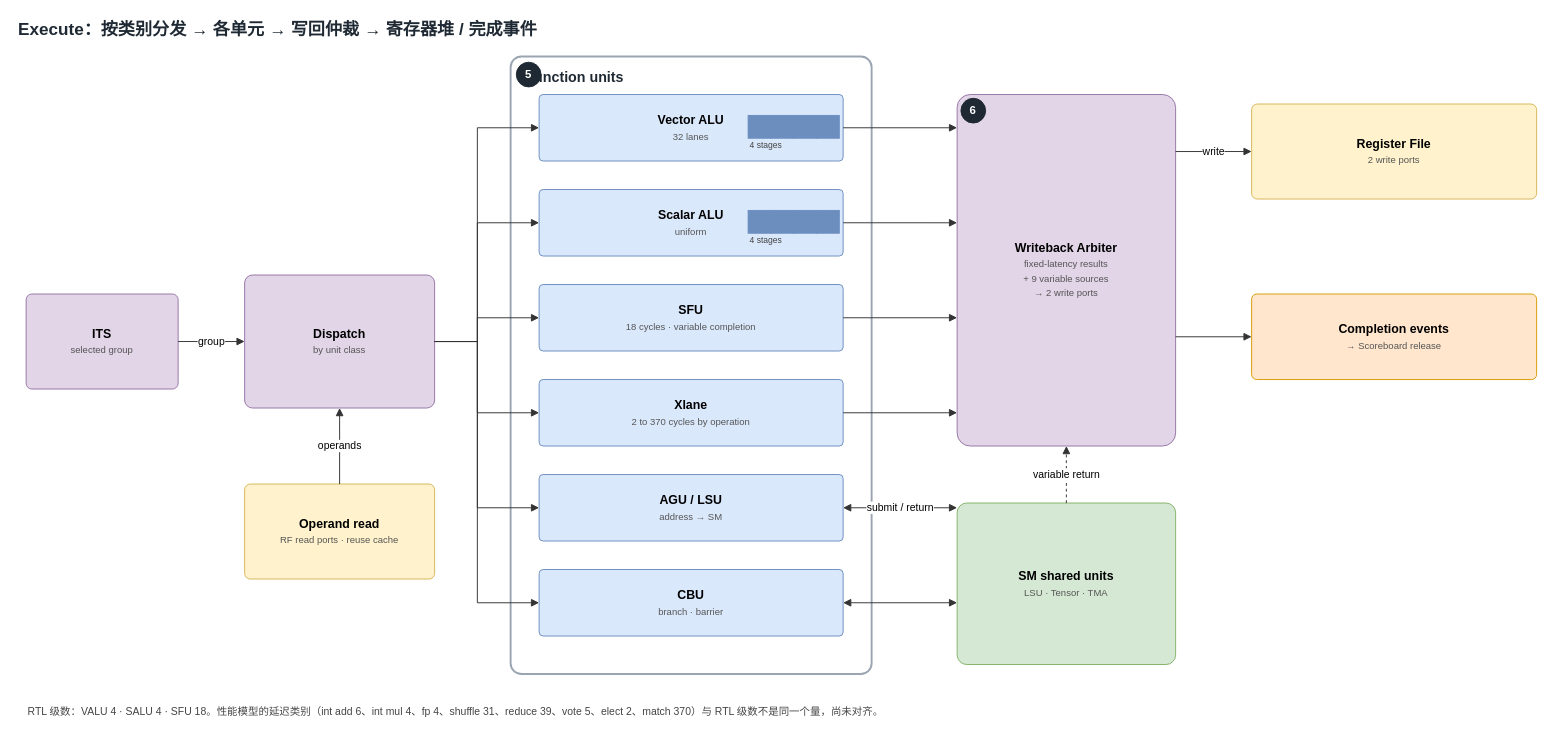
The draw.io diagram projects/currygpu_subcore_ppt169_20261004/sources/04-execute.drawio in WHUDYF/PPT-generate, before the edit. Source tidied: cells renumbered, new cells numbered last; positions are measured from the earlier drawing's top-left corner, leaving out a move shared by most shapes. Both pictures are drawn from the tidied source at 95%, with x=0, y=0 at pixel (16, 16).
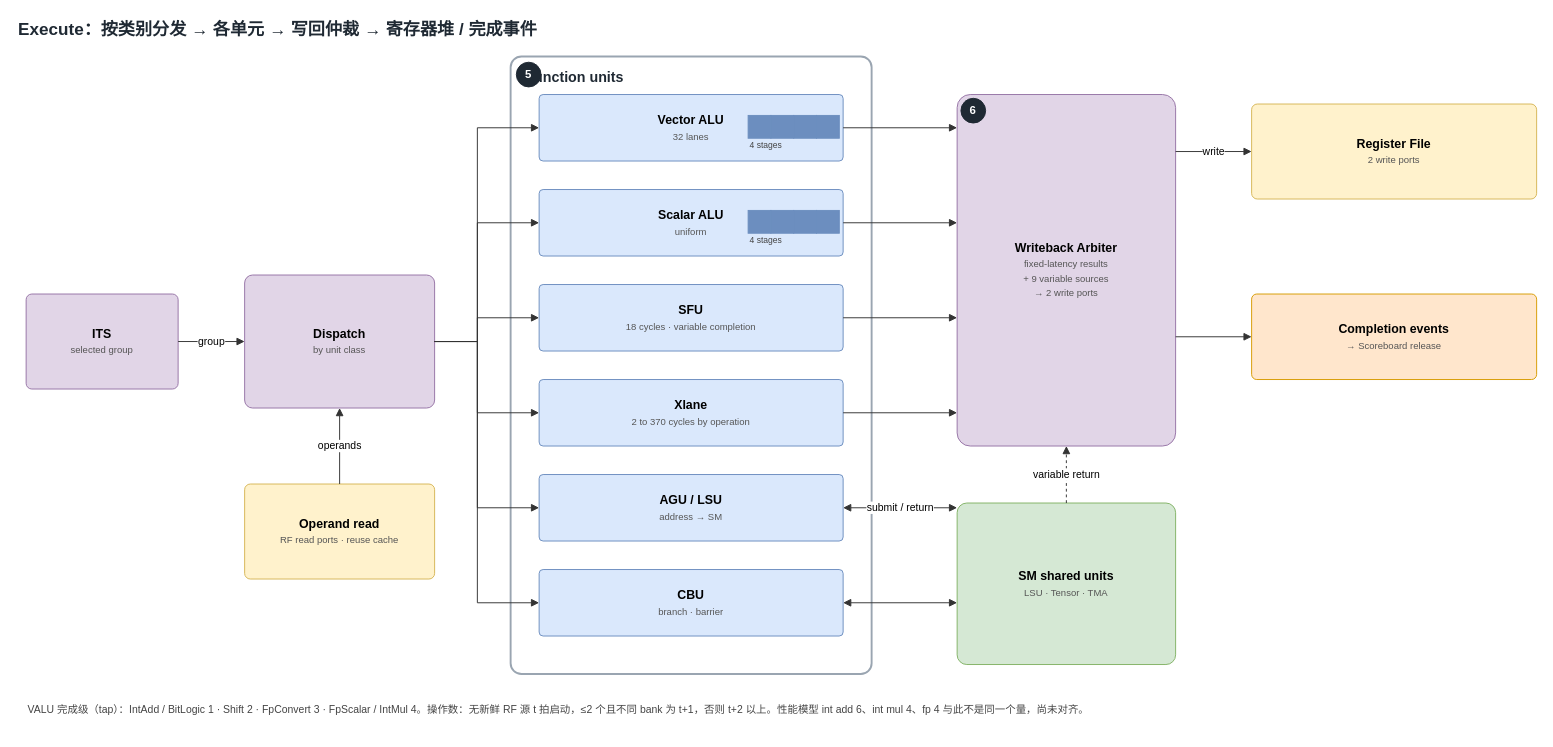
Above is the later version.

The edit, as a diff of the source:
```diff
@@
-    <mxCell id="44" value="RTL 级数：VALU 4 · SALU 4 · SFU 18。性能模型的延迟类别（int add 6、int mul 4、fp 4、shuffle 31、reduce 39、vote 5、elect 2、match 370）与 RTL 级数不是同一个量，尚未对齐。" style="text;html=1;align=left;verticalAlign=middle;whiteSpace=wrap;fontSize=11;fontColor=#444444;" parent="1" vertex="1">
-      <mxGeometry x="10" y="712" width="1500" height="40" as="geometry" />
+    <mxCell id="44" value="VALU 完成级（tap）：IntAdd / BitLogic 1 · Shift 2 · FpConvert 3 · FpScalar / IntMul 4。操作数：无新鲜 RF 源 t 拍启动，≤2 个且不同 bank 为 t+1，否则 t+2 以上。性能模型 int add 6、int mul 4、fp 4 与此不是同一个量，尚未对齐。" style="text;html=1;align=left;verticalAlign=middle;whiteSpace=wrap;fontSize=11;fontColor=#444444;" parent="1" vertex="1">
+      <mxGeometry x="10" y="707" width="1500" height="44" as="geometry" />
     </mxCell>
```
